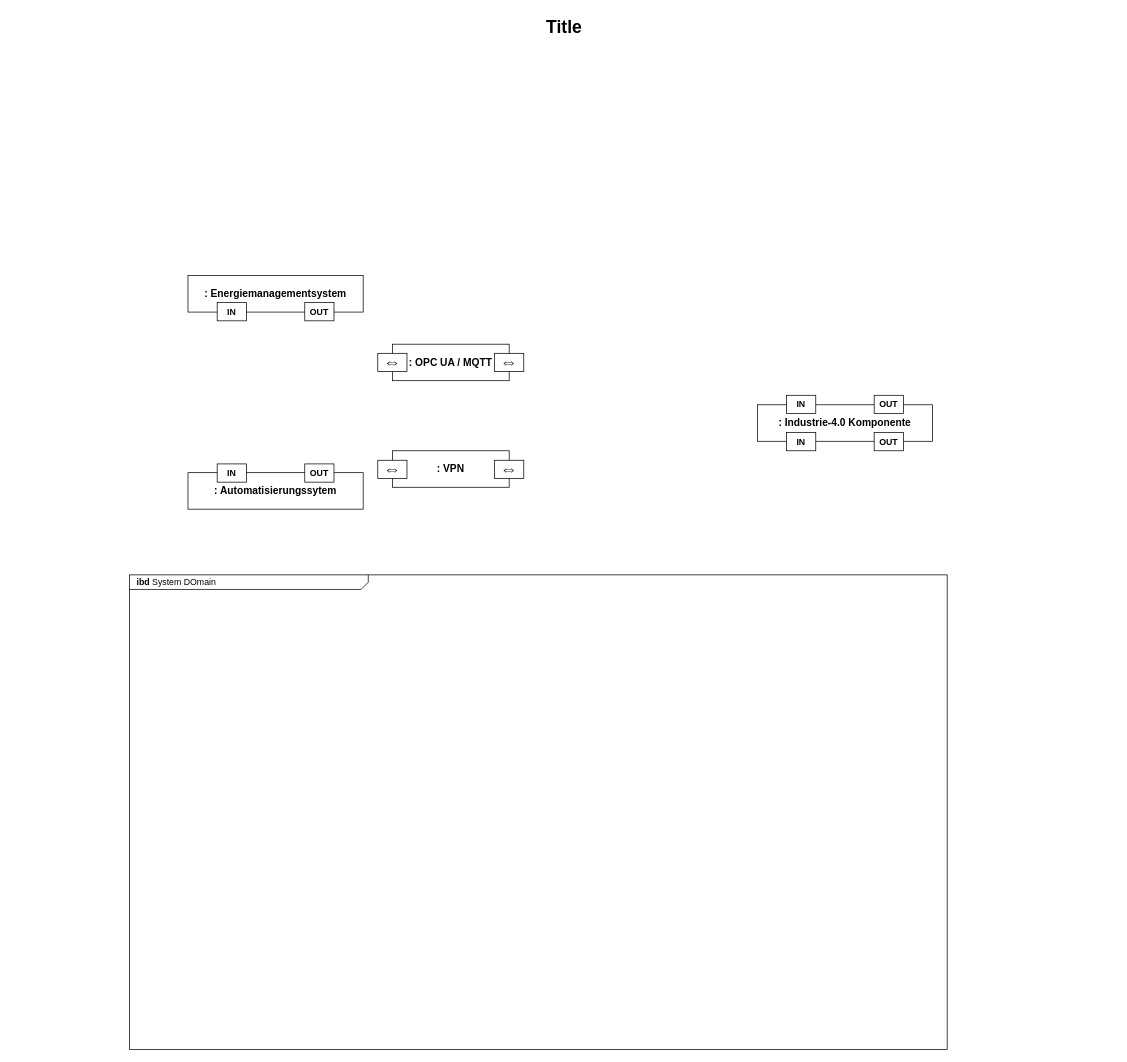
Above: Unbenanntes Diagramm.drawio in usr-fritz/test (draw.io), before the change. Source tidied: cells renumbered, new cells numbered last; positions are measured from the earlier drawing's top-left corner, leaving out a move shared by most shapes. Both pictures are drawn from the tidied source at 73%, with x=0, y=0 at pixel (12, 12).
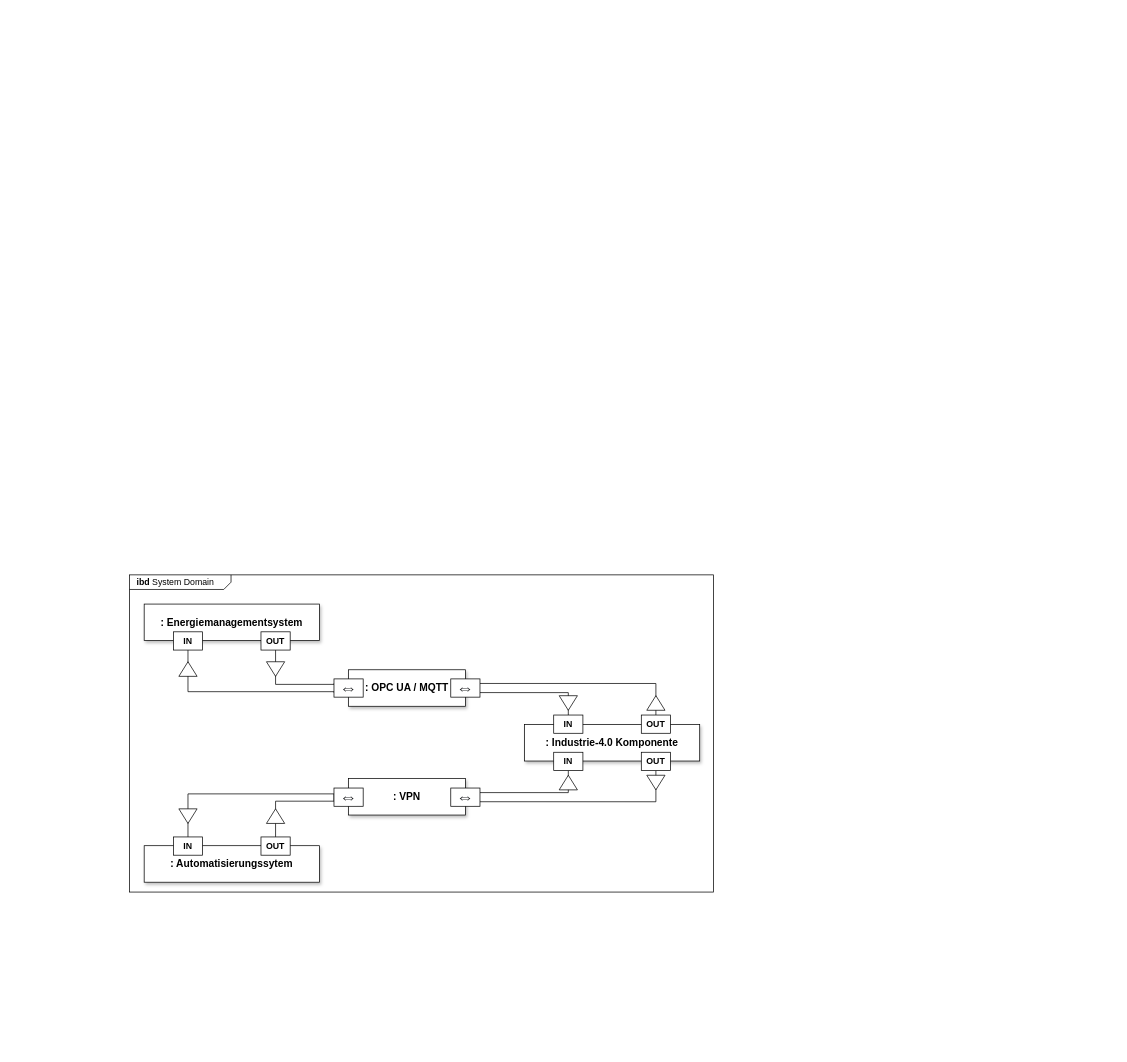
The same page after the edit.

Diff of the diagram source:
```diff
@@
-    <mxCell id="2" value="&lt;p style=&quot;margin: 0px ; margin-top: 4px ; margin-left: 10px ; text-align: left&quot;&gt;&lt;b&gt;ibd&lt;/b&gt;&amp;nbsp;System DOmain&lt;/p&gt;" style="html=1;strokeWidth=1;shape=mxgraph.sysml.package;html=1;overflow=fill;whiteSpace=wrap;fillColor=none;gradientColor=none;fontSize=12;align=center;labelX=327.64;" parent="1" vertex="1">
-      <mxGeometry x="160" y="770" width="1120" height="650" as="geometry" />
+    <mxCell id="2" value="&lt;p style=&quot;margin: 0px ; margin-top: 4px ; margin-left: 10px ; text-align: left&quot;&gt;&lt;b&gt;ibd&lt;/b&gt;&amp;nbsp;System Domain&lt;/p&gt;" style="html=1;strokeWidth=1;shape=mxgraph.sysml.package;html=1;overflow=fill;whiteSpace=wrap;fillColor=none;gradientColor=none;fontSize=12;align=center;labelX=139.5;shadow=0;" parent="1" vertex="1">
+      <mxGeometry x="160" y="770" width="800" height="434.5" as="geometry" />
     </mxCell>
-    <mxCell id="3" value="Title" style="text;strokeColor=none;fillColor=none;html=1;fontSize=24;fontStyle=1;verticalAlign=middle;align=center;" parent="1" vertex="1">
-      <mxGeometry width="1510" height="40" as="geometry" />
-    </mxCell>
+    <mxCell id="21" style="edgeStyle=orthogonalEdgeStyle;rounded=0;jettySize=auto;html=1;entryX=0;entryY=0.75;entryDx=0;entryDy=0;endArrow=none;endFill=0;" parent="1" edge="1" source="9" target="17">
+      <mxGeometry relative="1" as="geometry">
+        <Array as="points">
+          <mxPoint x="240" y="930" />
+          <mxPoint x="440" y="930" />
+        </Array>
+      </mxGeometry>
+    </mxCell>
+    <mxCell id="22" style="edgeStyle=orthogonalEdgeStyle;rounded=0;jettySize=auto;html=1;entryX=0;entryY=0.25;entryDx=0;entryDy=0;endArrow=none;endFill=0;" parent="1" edge="1" source="10" target="17">
+      <mxGeometry relative="1" as="geometry">
+        <Array as="points">
+          <mxPoint x="360" y="920" />
+          <mxPoint x="440" y="920" />
+        </Array>
+      </mxGeometry>
+    </mxCell>
+    <mxCell id="23" style="edgeStyle=orthogonalEdgeStyle;rounded=0;jettySize=auto;html=1;entryX=0;entryY=0.5;entryDx=0;entryDy=0;elbow=vertical;endArrow=none;endFill=0;" parent="1" edge="1" source="11" target="19">
+      <mxGeometry relative="1" as="geometry">
+        <Array as="points">
+          <mxPoint x="240" y="1070" />
+          <mxPoint x="440" y="1070" />
+        </Array>
+      </mxGeometry>
+    </mxCell>
+    <mxCell id="24" style="edgeStyle=orthogonalEdgeStyle;rounded=0;jettySize=auto;html=1;exitX=0.5;exitY=0;exitDx=0;exitDy=0;entryX=0;entryY=0.5;entryDx=0;entryDy=0;startArrow=none;startFill=0;endArrow=none;endFill=0;" parent="1" edge="1" source="12" target="19">
+      <mxGeometry relative="1" as="geometry">
+        <Array as="points">
+          <mxPoint x="360" y="1080" />
+          <mxPoint x="440" y="1080" />
+        </Array>
+      </mxGeometry>
+    </mxCell>
+    <mxCell id="25" style="edgeStyle=orthogonalEdgeStyle;rounded=0;jettySize=auto;html=1;exitX=0.5;exitY=1;exitDx=0;exitDy=0;entryX=1;entryY=0.25;entryDx=0;entryDy=0;endArrow=none;endFill=0;" parent="1" edge="1" source="15" target="20">
+      <mxGeometry relative="1" as="geometry" />
+    </mxCell>
+    <mxCell id="26" style="edgeStyle=orthogonalEdgeStyle;rounded=0;jettySize=auto;html=1;exitX=1;exitY=0.75;exitDx=0;exitDy=0;entryX=0.5;entryY=0;entryDx=0;entryDy=0;endArrow=none;endFill=0;" parent="1" edge="1" source="18" target="13">
+      <mxGeometry relative="1" as="geometry" />
+    </mxCell>
+    <mxCell id="27" style="edgeStyle=orthogonalEdgeStyle;rounded=0;jettySize=auto;html=1;exitX=1;exitY=0.25;exitDx=0;exitDy=0;entryX=0.5;entryY=0;entryDx=0;entryDy=0;endArrow=none;endFill=0;" parent="1" edge="1" source="18" target="14">
+      <mxGeometry relative="1" as="geometry" />
+    </mxCell>
+    <mxCell id="28" style="edgeStyle=orthogonalEdgeStyle;rounded=0;jettySize=auto;html=1;exitX=1;exitY=0.75;exitDx=0;exitDy=0;entryX=0.5;entryY=1;entryDx=0;entryDy=0;endArrow=none;endFill=0;" parent="1" edge="1" source="20" target="16">
+      <mxGeometry relative="1" as="geometry" />
+    </mxCell>
+    <mxCell id="29" style="triangle;whiteSpace=wrap;html=1;rotation=90;" parent="1" vertex="1">
+      <mxGeometry x="230" y="1088" width="20" height="25" as="geometry" />
+    </mxCell>
+    <mxCell id="30" style="triangle;whiteSpace=wrap;html=1;rotation=-90;" parent="1" vertex="1">
+      <mxGeometry x="350" y="1088" width="20" height="25" as="geometry" />
+    </mxCell>
+    <mxCell id="31" style="triangle;whiteSpace=wrap;html=1;rotation=90;" parent="1" vertex="1">
+      <mxGeometry x="350" y="886.5" width="20" height="25" as="geometry" />
+    </mxCell>
+    <mxCell id="32" style="triangle;whiteSpace=wrap;html=1;rotation=-90;shadow=0;rounded=0;" parent="1" vertex="1">
+      <mxGeometry x="230" y="886.5" width="20" height="25" as="geometry" />
+    </mxCell>
+    <mxCell id="33" style="triangle;whiteSpace=wrap;html=1;rotation=90;" parent="1" vertex="1">
+      <mxGeometry x="871" y="1042" width="20" height="25" as="geometry" />
+    </mxCell>
+    <mxCell id="34" style="triangle;whiteSpace=wrap;html=1;rotation=-90;" parent="1" vertex="1">
+      <mxGeometry x="751" y="1042" width="20" height="25" as="geometry" />
+    </mxCell>
+    <mxCell id="35" style="triangle;whiteSpace=wrap;html=1;rotation=90;" parent="1" vertex="1">
+      <mxGeometry x="751" y="933" width="20" height="25" as="geometry" />
+    </mxCell>
+    <mxCell id="36" style="triangle;whiteSpace=wrap;html=1;rotation=-90;" parent="1" vertex="1">
+      <mxGeometry x="871" y="933" width="20" height="25" as="geometry" />
+    </mxCell>
+    <mxCell id="37" style="group;" parent="1" vertex="1">
+      <mxGeometry x="180" y="1129" width="240" height="62" as="geometry" />
+    </mxCell>
+    <mxCell id="5" value="&lt;b&gt;&lt;font style=&quot;font-size: 14px;&quot;&gt;: Automatisierungssytem&lt;/font&gt;&lt;/b&gt;" style="rounded=0;whiteSpace=wrap;html=1;shadow=1;" parent="37" vertex="1">
+      <mxGeometry y="12" width="240" height="50" as="geometry" />
+    </mxCell>
+    <mxCell id="11" value="&lt;b&gt;IN&lt;/b&gt;" style="rounded=0;whiteSpace=wrap;html=1;shadow=0;" parent="37" vertex="1">
+      <mxGeometry x="40" width="40" height="25" as="geometry" />
+    </mxCell>
+    <mxCell id="12" value="&lt;b&gt;OUT&lt;/b&gt;" style="rounded=0;whiteSpace=wrap;html=1;" parent="37" vertex="1">
+      <mxGeometry x="160" width="40" height="25" as="geometry" />
+    </mxCell>
+    <mxCell id="38" style="group;" parent="1" vertex="1">
+      <mxGeometry x="180" y="810" width="240" height="63" as="geometry" />
+    </mxCell>
-    <mxCell id="4" value="&lt;b&gt;&lt;font style=&quot;font-size: 14px;&quot;&gt;: Energiemanagementsystem&lt;/font&gt;&lt;/b&gt;" style="rounded=0;whiteSpace=wrap;html=1;" parent="1" vertex="1">
-      <mxGeometry x="240" y="360" width="240" height="50" as="geometry" />
+    <mxCell id="4" value="&lt;b&gt;&lt;font style=&quot;font-size: 14px;&quot;&gt;: Energiemanagementsystem&lt;/font&gt;&lt;/b&gt;" style="rounded=0;whiteSpace=wrap;html=1;shadow=1;" parent="38" vertex="1">
+      <mxGeometry width="240" height="50" as="geometry" />
     </mxCell>
-    <mxCell id="5" value="&lt;b&gt;&lt;font style=&quot;font-size: 14px;&quot;&gt;: Automatisierungssytem&lt;/font&gt;&lt;/b&gt;" style="rounded=0;whiteSpace=wrap;html=1;" parent="1" vertex="1">
-      <mxGeometry x="240" y="630" width="240" height="50" as="geometry" />
-    </mxCell>
-    <mxCell id="6" value="&lt;b&gt;&lt;font style=&quot;font-size: 14px;&quot;&gt;: VPN&lt;/font&gt;&lt;/b&gt;" style="rounded=0;whiteSpace=wrap;html=1;" parent="1" vertex="1">
-      <mxGeometry x="520" y="600" width="160" height="50" as="geometry" />
-    </mxCell>
-    <mxCell id="7" value="&lt;b&gt;&lt;font style=&quot;font-size: 14px;&quot;&gt;: OPC UA / MQTT&lt;/font&gt;&lt;/b&gt;" style="rounded=0;whiteSpace=wrap;html=1;" parent="1" vertex="1">
-      <mxGeometry x="520" y="454" width="160" height="50" as="geometry" />
-    </mxCell>
-    <mxCell id="8" value="&lt;b&gt;&lt;font style=&quot;font-size: 14px;&quot;&gt;: Industrie-4.0 Komponente&lt;/font&gt;&lt;/b&gt;" style="rounded=0;whiteSpace=wrap;html=1;" parent="1" vertex="1">
-      <mxGeometry x="1020" y="537" width="240" height="50" as="geometry" />
-    </mxCell>
-    <mxCell id="9" value="&lt;b&gt;IN&lt;/b&gt;" style="rounded=0;whiteSpace=wrap;html=1;" parent="1" vertex="1">
-      <mxGeometry x="280" y="397" width="40" height="25" as="geometry" />
+    <mxCell id="9" value="&lt;b&gt;IN&lt;/b&gt;" style="rounded=0;whiteSpace=wrap;html=1;" parent="38" vertex="1">
+      <mxGeometry x="40" y="38" width="40" height="25" as="geometry" />
     </mxCell>
-    <mxCell id="10" value="&lt;b&gt;OUT&lt;/b&gt;" style="rounded=0;whiteSpace=wrap;html=1;" parent="1" vertex="1">
-      <mxGeometry x="400" y="397" width="40" height="25" as="geometry" />
+    <mxCell id="10" value="&lt;b&gt;OUT&lt;/b&gt;" style="rounded=0;whiteSpace=wrap;html=1;" parent="38" vertex="1">
+      <mxGeometry x="160" y="38" width="40" height="25" as="geometry" />
     </mxCell>
-    <mxCell id="11" value="&lt;b&gt;IN&lt;/b&gt;" style="rounded=0;whiteSpace=wrap;html=1;" parent="1" vertex="1">
-      <mxGeometry x="280" y="618" width="40" height="25" as="geometry" />
-    </mxCell>
-    <mxCell id="12" value="&lt;b&gt;OUT&lt;/b&gt;" style="rounded=0;whiteSpace=wrap;html=1;" parent="1" vertex="1">
-      <mxGeometry x="400" y="618" width="40" height="25" as="geometry" />
-    </mxCell>
+    <mxCell id="39" style="group;" parent="1" vertex="1">
+      <mxGeometry x="440" y="900" width="200" height="50" as="geometry" />
+    </mxCell>
+    <mxCell id="7" value="&lt;b&gt;&lt;font style=&quot;font-size: 14px;&quot;&gt;: OPC UA / MQTT&lt;/font&gt;&lt;/b&gt;" style="rounded=0;whiteSpace=wrap;html=1;shadow=1;" parent="39" vertex="1">
+      <mxGeometry x="20" width="160" height="50" as="geometry" />
+    </mxCell>
+    <mxCell id="17" value="&lt;span style=&quot;color: rgb(32, 33, 36); font-family: &amp;quot;Google Sans&amp;quot;, arial, sans-serif; text-align: left; background-color: rgb(255, 255, 255);&quot;&gt;&lt;font size=&quot;1&quot; style=&quot;&quot;&gt;&lt;b style=&quot;font-size: 24px;&quot;&gt;⇔&lt;/b&gt;&lt;/font&gt;&lt;/span&gt;" style="rounded=0;whiteSpace=wrap;html=1;" parent="39" vertex="1">
+      <mxGeometry y="12.5" width="40" height="25" as="geometry" />
+    </mxCell>
+    <mxCell id="18" value="&lt;span style=&quot;color: rgb(32, 33, 36); font-family: &amp;quot;Google Sans&amp;quot;, arial, sans-serif; text-align: left; background-color: rgb(255, 255, 255);&quot;&gt;&lt;font size=&quot;1&quot; style=&quot;&quot;&gt;&lt;b style=&quot;font-size: 24px;&quot;&gt;⇔&lt;/b&gt;&lt;/font&gt;&lt;/span&gt;" style="rounded=0;whiteSpace=wrap;html=1;" parent="39" vertex="1">
+      <mxGeometry x="160" y="12.5" width="40" height="25" as="geometry" />
+    </mxCell>
+    <mxCell id="40" style="group;" parent="1" vertex="1">
+      <mxGeometry x="440" y="1049" width="200" height="50" as="geometry" />
+    </mxCell>
+    <mxCell id="6" value="&lt;b&gt;&lt;font style=&quot;font-size: 14px;&quot;&gt;: VPN&lt;/font&gt;&lt;/b&gt;" style="rounded=0;whiteSpace=wrap;html=1;shadow=1;" parent="40" vertex="1">
+      <mxGeometry x="20" width="160" height="50" as="geometry" />
+    </mxCell>
+    <mxCell id="19" value="&lt;span style=&quot;color: rgb(32, 33, 36); font-family: &amp;quot;Google Sans&amp;quot;, arial, sans-serif; text-align: left; background-color: rgb(255, 255, 255);&quot;&gt;&lt;font size=&quot;1&quot; style=&quot;&quot;&gt;&lt;b style=&quot;font-size: 24px;&quot;&gt;⇔&lt;/b&gt;&lt;/font&gt;&lt;/span&gt;" style="rounded=0;whiteSpace=wrap;html=1;" parent="40" vertex="1">
+      <mxGeometry y="13" width="40" height="25" as="geometry" />
+    </mxCell>
+    <mxCell id="20" value="&lt;span style=&quot;color: rgb(32, 33, 36); font-family: &amp;quot;Google Sans&amp;quot;, arial, sans-serif; text-align: left; background-color: rgb(255, 255, 255);&quot;&gt;&lt;font size=&quot;1&quot; style=&quot;&quot;&gt;&lt;b style=&quot;font-size: 24px;&quot;&gt;⇔&lt;/b&gt;&lt;/font&gt;&lt;/span&gt;" style="rounded=0;whiteSpace=wrap;html=1;" parent="40" vertex="1">
+      <mxGeometry x="160" y="13" width="40" height="25" as="geometry" />
+    </mxCell>
+    <mxCell id="41" style="group;shadow=1;" parent="1" vertex="1">
+      <mxGeometry x="701" y="962" width="240" height="76" as="geometry" />
+    </mxCell>
+    <mxCell id="8" value="&lt;b&gt;&lt;font style=&quot;font-size: 14px;&quot;&gt;: Industrie-4.0 Komponente&lt;/font&gt;&lt;/b&gt;" style="rounded=0;whiteSpace=wrap;html=1;shadow=1;" parent="41" vertex="1">
+      <mxGeometry y="13" width="240" height="50" as="geometry" />
+    </mxCell>
-    <mxCell id="13" value="&lt;b&gt;IN&lt;/b&gt;" style="rounded=0;whiteSpace=wrap;html=1;" parent="1" vertex="1">
-      <mxGeometry x="1060" y="524" width="40" height="25" as="geometry" />
+    <mxCell id="13" value="&lt;b&gt;IN&lt;/b&gt;" style="rounded=0;whiteSpace=wrap;html=1;" parent="41" vertex="1">
+      <mxGeometry x="40" width="40" height="25" as="geometry" />
     </mxCell>
-    <mxCell id="14" value="&lt;b&gt;OUT&lt;/b&gt;" style="rounded=0;whiteSpace=wrap;html=1;" parent="1" vertex="1">
-      <mxGeometry x="1180" y="524" width="40" height="25" as="geometry" />
+    <mxCell id="14" value="&lt;b&gt;OUT&lt;/b&gt;" style="rounded=0;whiteSpace=wrap;html=1;" parent="41" vertex="1">
+      <mxGeometry x="160" width="40" height="25" as="geometry" />
     </mxCell>
-    <mxCell id="15" value="&lt;b&gt;IN&lt;/b&gt;" style="rounded=0;whiteSpace=wrap;html=1;" parent="1" vertex="1">
-      <mxGeometry x="1060" y="575" width="40" height="25" as="geometry" />
+    <mxCell id="15" value="&lt;b&gt;IN&lt;/b&gt;" style="rounded=0;whiteSpace=wrap;html=1;" parent="41" vertex="1">
+      <mxGeometry x="40" y="51" width="40" height="25" as="geometry" />
     </mxCell>
-    <mxCell id="16" value="&lt;b&gt;OUT&lt;/b&gt;" style="rounded=0;whiteSpace=wrap;html=1;" parent="1" vertex="1">
-      <mxGeometry x="1180" y="575" width="40" height="25" as="geometry" />
+    <mxCell id="16" value="&lt;b&gt;OUT&lt;/b&gt;" style="rounded=0;whiteSpace=wrap;html=1;" parent="41" vertex="1">
+      <mxGeometry x="160" y="51" width="40" height="25" as="geometry" />
     </mxCell>
-    <mxCell id="17" value="&lt;span style=&quot;color: rgb(32, 33, 36); font-family: &amp;quot;Google Sans&amp;quot;, arial, sans-serif; text-align: left; background-color: rgb(255, 255, 255);&quot;&gt;&lt;font size=&quot;1&quot; style=&quot;&quot;&gt;&lt;b style=&quot;font-size: 24px;&quot;&gt;⇔&lt;/b&gt;&lt;/font&gt;&lt;/span&gt;" style="rounded=0;whiteSpace=wrap;html=1;" parent="1" vertex="1">
-      <mxGeometry x="500" y="466.5" width="40" height="25" as="geometry" />
-    </mxCell>
-    <mxCell id="18" value="&lt;span style=&quot;color: rgb(32, 33, 36); font-family: &amp;quot;Google Sans&amp;quot;, arial, sans-serif; text-align: left; background-color: rgb(255, 255, 255);&quot;&gt;&lt;font size=&quot;1&quot; style=&quot;&quot;&gt;&lt;b style=&quot;font-size: 24px;&quot;&gt;⇔&lt;/b&gt;&lt;/font&gt;&lt;/span&gt;" style="rounded=0;whiteSpace=wrap;html=1;" parent="1" vertex="1">
-      <mxGeometry x="660" y="466.5" width="40" height="25" as="geometry" />
-    </mxCell>
-    <mxCell id="19" value="&lt;span style=&quot;color: rgb(32, 33, 36); font-family: &amp;quot;Google Sans&amp;quot;, arial, sans-serif; text-align: left; background-color: rgb(255, 255, 255);&quot;&gt;&lt;font size=&quot;1&quot; style=&quot;&quot;&gt;&lt;b style=&quot;font-size: 24px;&quot;&gt;⇔&lt;/b&gt;&lt;/font&gt;&lt;/span&gt;" style="rounded=0;whiteSpace=wrap;html=1;" parent="1" vertex="1">
-      <mxGeometry x="500" y="613" width="40" height="25" as="geometry" />
-    </mxCell>
-    <mxCell id="20" value="&lt;span style=&quot;color: rgb(32, 33, 36); font-family: &amp;quot;Google Sans&amp;quot;, arial, sans-serif; text-align: left; background-color: rgb(255, 255, 255);&quot;&gt;&lt;font size=&quot;1&quot; style=&quot;&quot;&gt;&lt;b style=&quot;font-size: 24px;&quot;&gt;⇔&lt;/b&gt;&lt;/font&gt;&lt;/span&gt;" style="rounded=0;whiteSpace=wrap;html=1;" parent="1" vertex="1">
-      <mxGeometry x="660" y="613" width="40" height="25" as="geometry" />
-    </mxCell>
```
